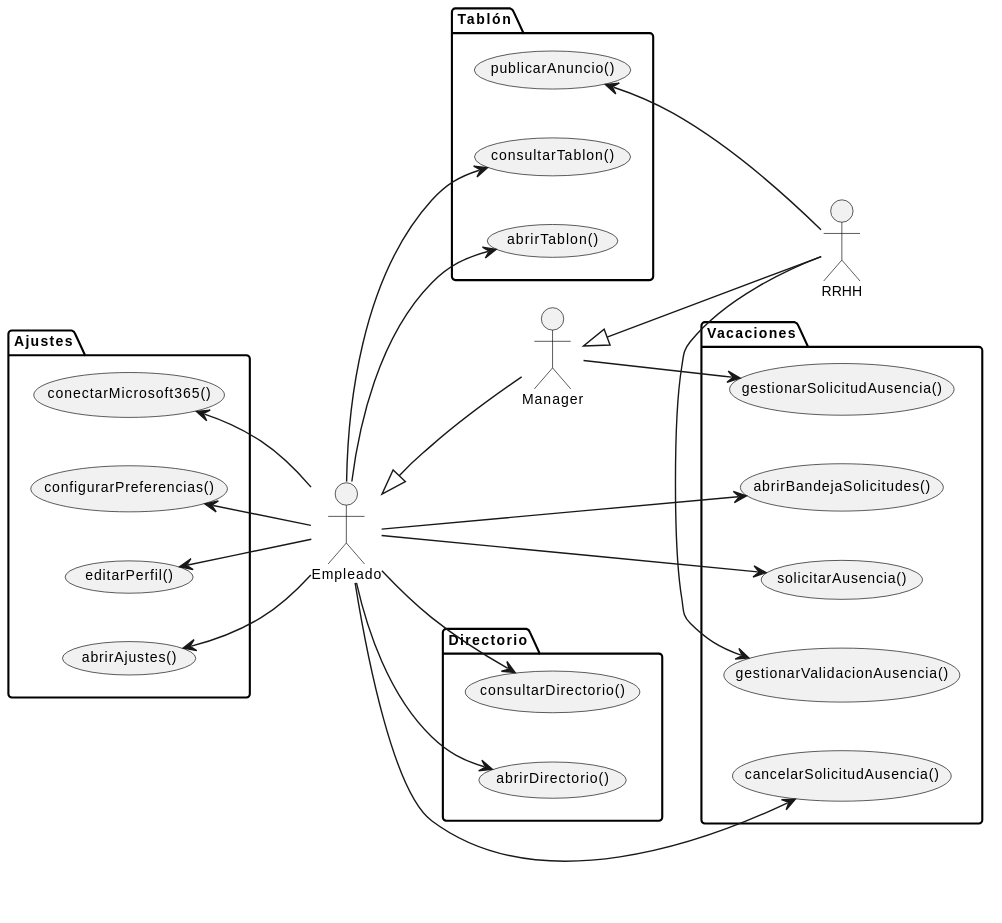
lostal/seven-suite keeps this PlantUML diagram as modelosUML/svg/casosUsoPersonas.svg. Above is the earlier version.
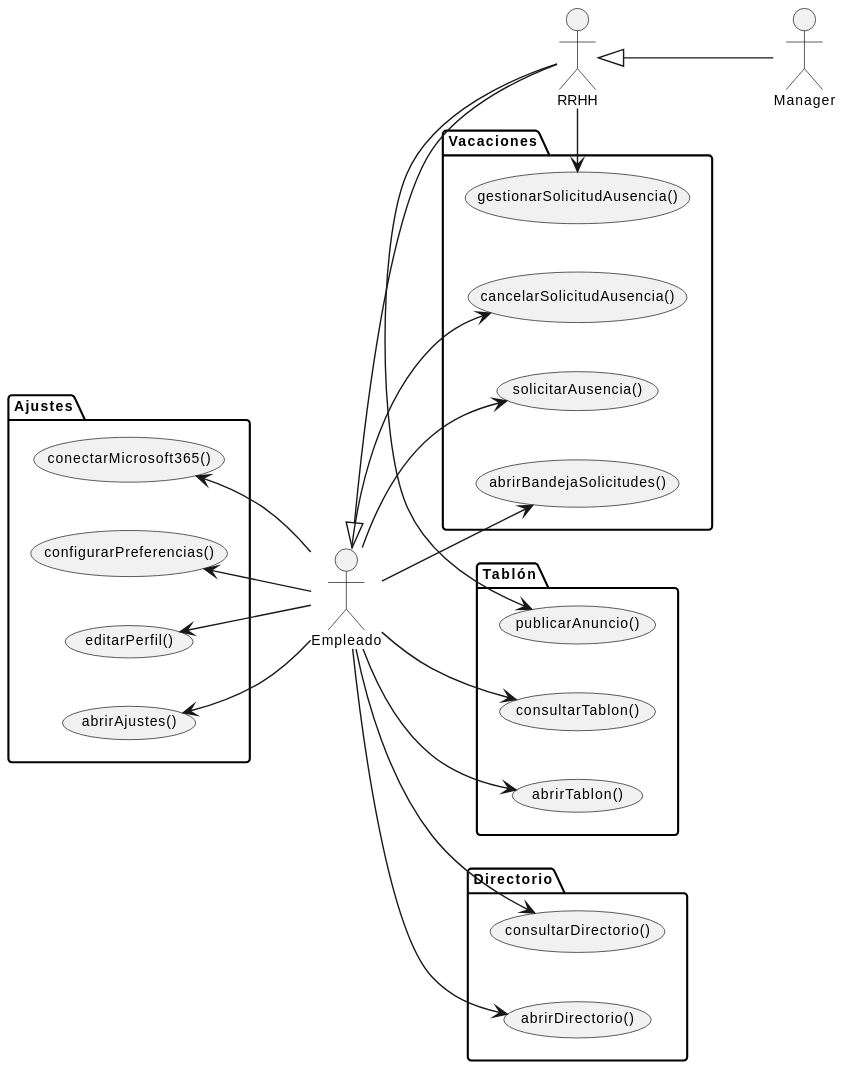
After the commit.

Diff of the diagram source:
```diff
@@ -1,21 +1,22 @@
 @startuml
+skinparam backgroundColor #FFFFFF
+
 left to right direction
 skinparam defaultFontName Arial
 skinparam defaultFontSize 10
 
 actor "Empleado" as empleado
+actor "RRHH"     as rrhh
 actor "Manager"  as manager
-actor "RRHH"     as rrhh
 
-empleado <|-- manager
-manager  <|-- rrhh
+empleado <|-- rrhh
+rrhh     <|-- manager
 
 package "Vacaciones" {
   usecase "abrirBandejaSolicitudes()"     as UC_ABS
   usecase "solicitarAusencia()"            as UC_SA
   usecase "cancelarSolicitudAusencia()"    as UC_CSA
   usecase "gestionarSolicitudAusencia()"   as UC_GSA
-  usecase "gestionarValidacionAusencia()"  as UC_GVA
 }
 
 package "Tablón" {
@@ -48,8 +49,6 @@
 (UC_CFP) <-- empleado
 (UC_CM) <-- empleado
 
-manager --> UC_GSA
-
-rrhh --> UC_GVA
+rrhh --> UC_GSA
 rrhh --> UC_PA
 @enduml
```
